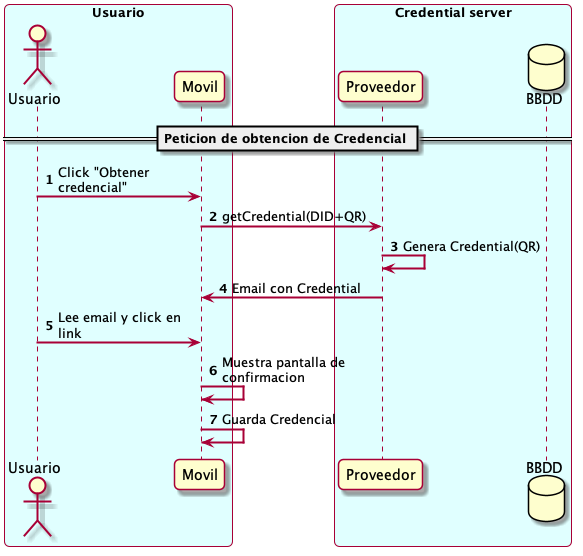
Earlier version of the PlantUML export assets/creacion-identidad.png (hesusruiz/EntradasSSI).
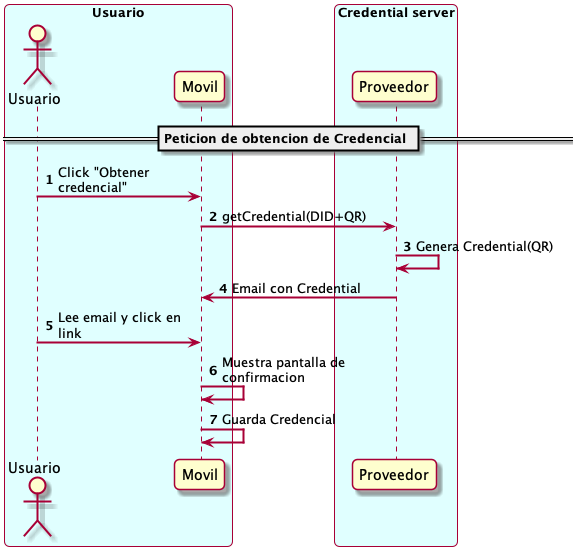
Later version of the same file.

Commit message:
Eliminar la BBDD

The edit, as a diff of the source:
```diff
@@ -11,7 +11,6 @@
 
 box "Credential server" #LightCyan
   participant "Proveedor" as T
-  database "BBDD" as D
 end box
 
 == Peticion de obtencion de Credencial ==
```
